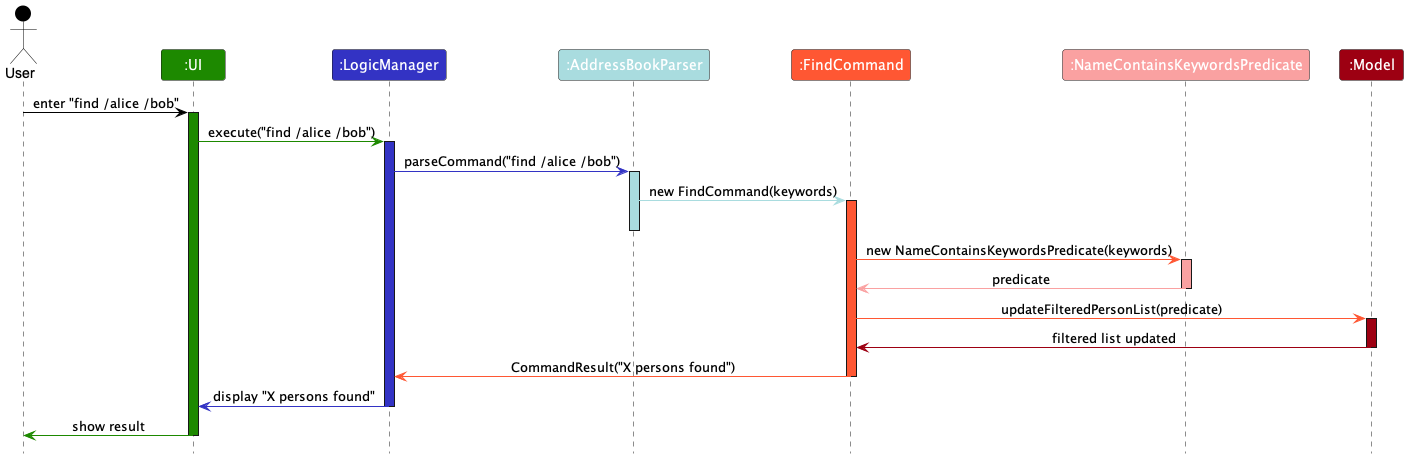
Emberlynn-Loo/tp keeps this PlantUML diagram as docs/images/FindSequenceDiagram.png. Above is the earlier version.
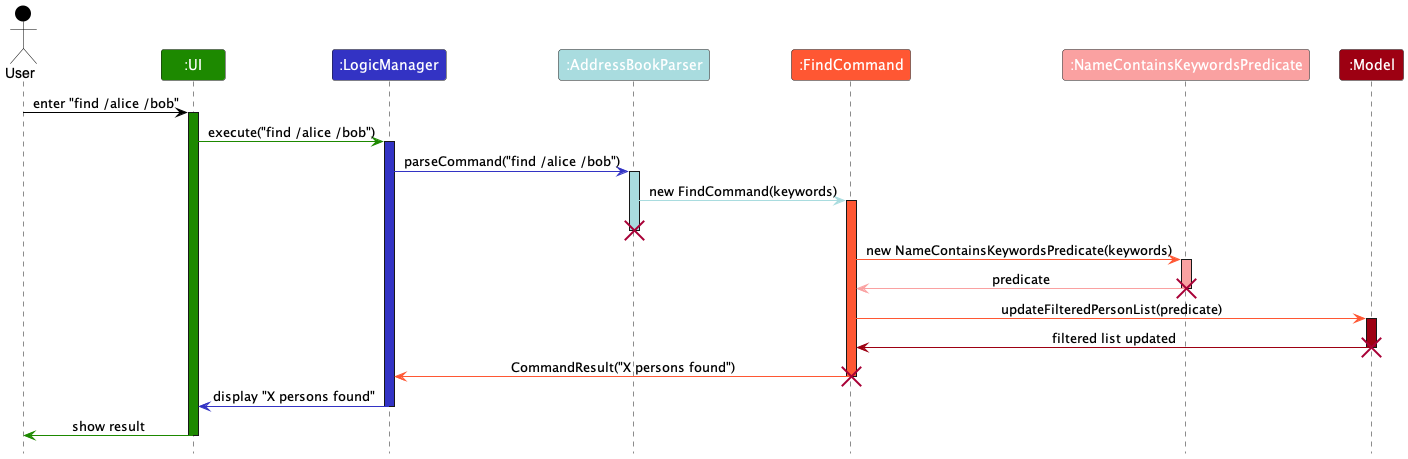
After the change.

The edit, as a diff of the source:
```diff
@@ -30,21 +30,25 @@
 parser -[ABPARSER_COLOR]> findCommand : new FindCommand(keywords)
 activate findCommand FINDCOMMAND_COLOR
 deactivate parser
+destroy parser
 
 findCommand -[FINDCOMMAND_COLOR]> predicate : new NameContainsKeywordsPredicate(keywords)
 activate predicate PREDICATE_COLOR
 
 predicate -[PREDICATE_COLOR]> findCommand : predicate
 deactivate predicate
+destroy predicate
 
 findCommand -[FINDCOMMAND_COLOR]> model : updateFilteredPersonList(predicate)
 activate model MODEL_COLOR
 
 model -[MODEL_COLOR]> findCommand : filtered list updated
 deactivate model
+destroy model
 
 findCommand -[FINDCOMMAND_COLOR]> logic : CommandResult("X persons found")
 deactivate findCommand
+destroy findCommand
 
 logic -[LOGIC_COLOR]> ui : display "X persons found"
 deactivate logic
```
